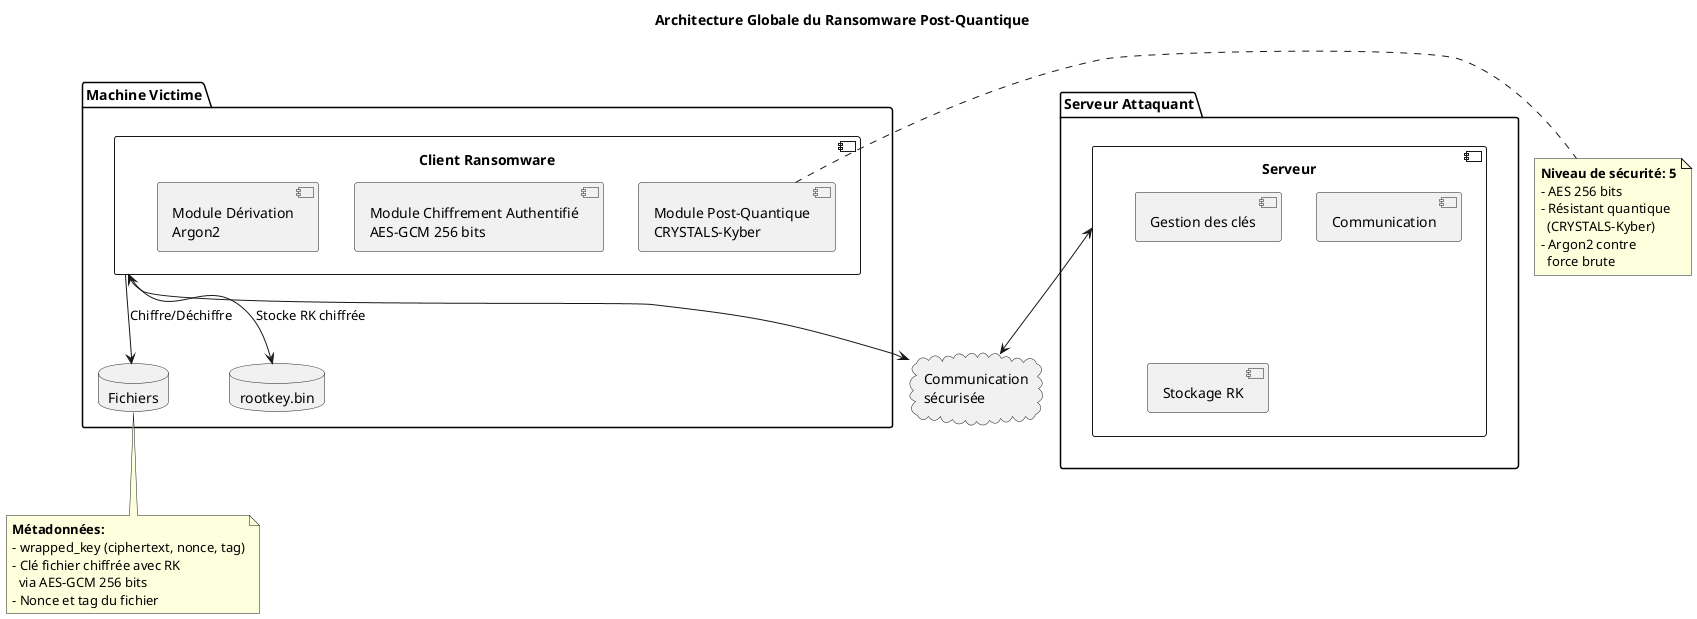
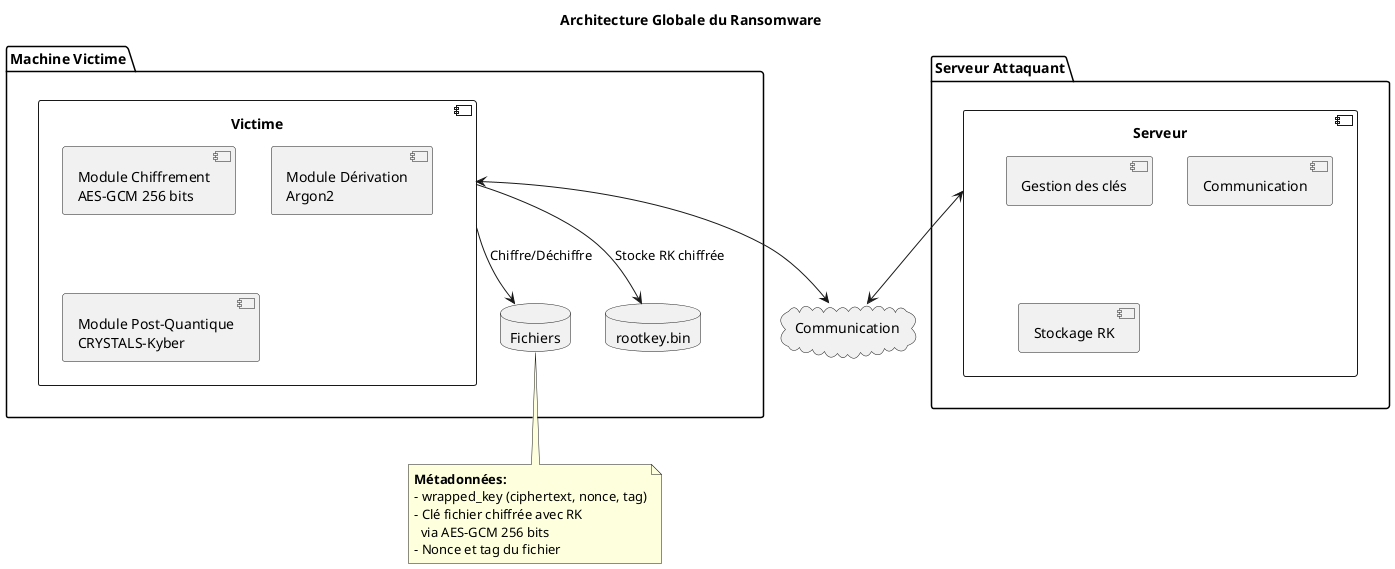
- @startuml Ransomware Architecture - Vue d'ensemble
+ @startuml 05-Vue_ensemble

- title Architecture Globale du Ransomware Post-Quantique
+ title Architecture Globale du Ransomware

package "Machine Victime" {
-     component "Client Ransomware" as client {
-         [Module Chiffrement Authentifié\nAES-GCM 256 bits] as aes
+     component "Victime" as victime {
+         [Module Chiffrement\nAES-GCM 256 bits] as aes
        [Module Dérivation\nArgon2] as argon
        [Module Post-Quantique\nCRYSTALS-Kyber] as kyber
    }

    database "Fichiers" as files
    database "rootkey.bin" as rootkey
}

package "Serveur Attaquant" {
    component "Serveur" as server {
        [Gestion des clés] as keymanager
        [Communication] as comm
        [Stockage RK] as storage
    }
}

- cloud "Communication\nsécurisée" as network
+ cloud "Communication" as network

- client <--> network
+ victime <--> network
server <--> network

- client --> files : Chiffre/Déchiffre
- client --> rootkey : Stocke RK chiffrée
+ victime --> files : Chiffre/Déchiffre
+ victime --> rootkey : Stocke RK chiffrée

- note right of kyber
-     **Niveau de sécurité: 5**
-     - AES 256 bits
-     - Résistant quantique
-       (CRYSTALS-Kyber)
-     - Argon2 contre
-       force brute
- end note

note bottom of files
    **Métadonnées:**
    - wrapped_key (ciphertext, nonce, tag)
    - Clé fichier chiffrée avec RK
      via AES-GCM 256 bits
    - Nonce et tag du fichier
end note

@enduml
